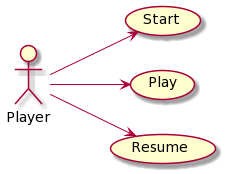
Earlier version of the PlantUML export docs/use_cases/use_cases.png (USantaTecla-game-backgammon/backgammon).
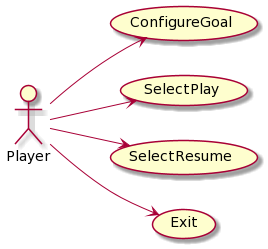
After the change.

Diff of the diagram source:
```diff
@@ -3,12 +3,13 @@
 
 actor Player
 
-usecase Start
-usecase Play
-usecase Resume
+usecase ConfigureGoal
+usecase SelectPlay
+usecase SelectResume
+usecase Exit
 
-
-Player --> Start
-Player --> Play
-Player --> Resume
+Player --> ConfigureGoal
+Player --> SelectPlay
+Player --> SelectResume
+Player --> Exit
 @enduml
```
